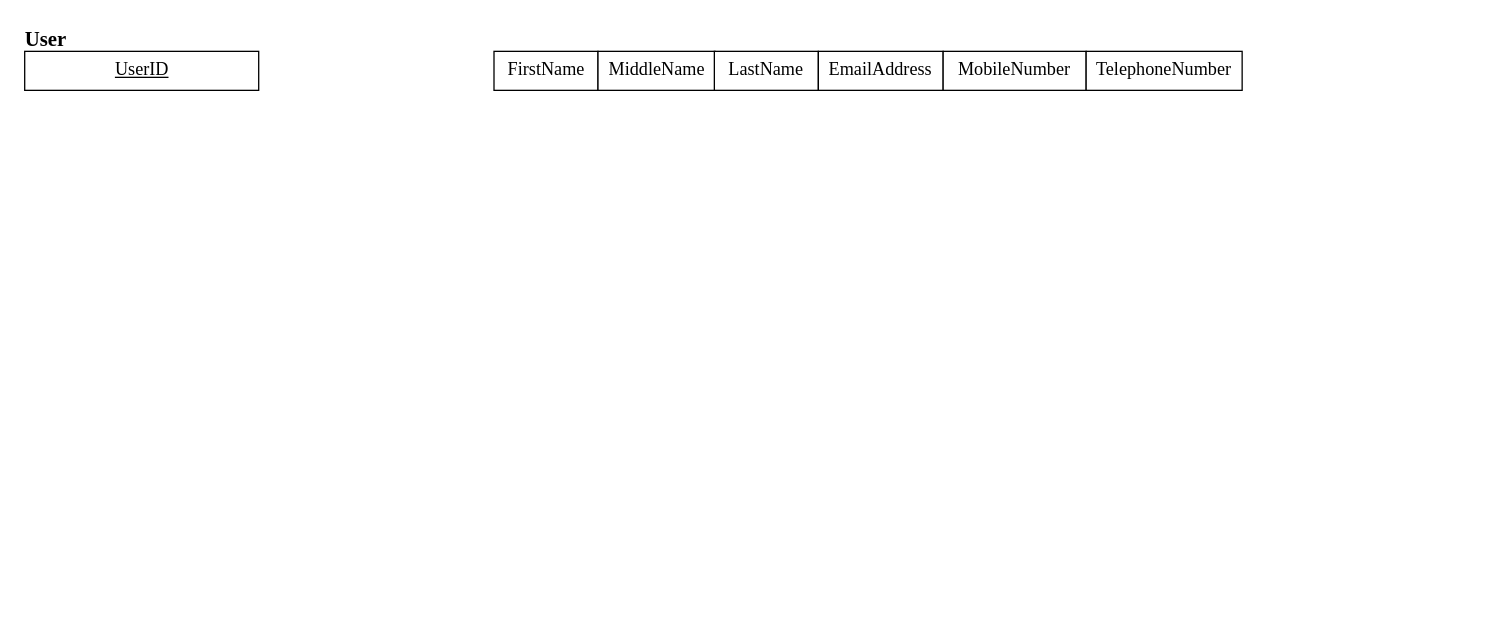
Earlier version of the draw.io diagram Documentation/Database/drawio/lsulibraryDB_RelationalMapping.drawio (hvlhasanka/Pearson_HND_Computing_Y1S2-Unit10_Web_Design_and_Development). Source tidied: cells renumbered, new cells numbered last; positions are measured from the earlier drawing's top-left corner, leaving out a move shared by most shapes. Both pictures are drawn from the tidied source at 130%, with x=0, y=0 at pixel (22, 22).
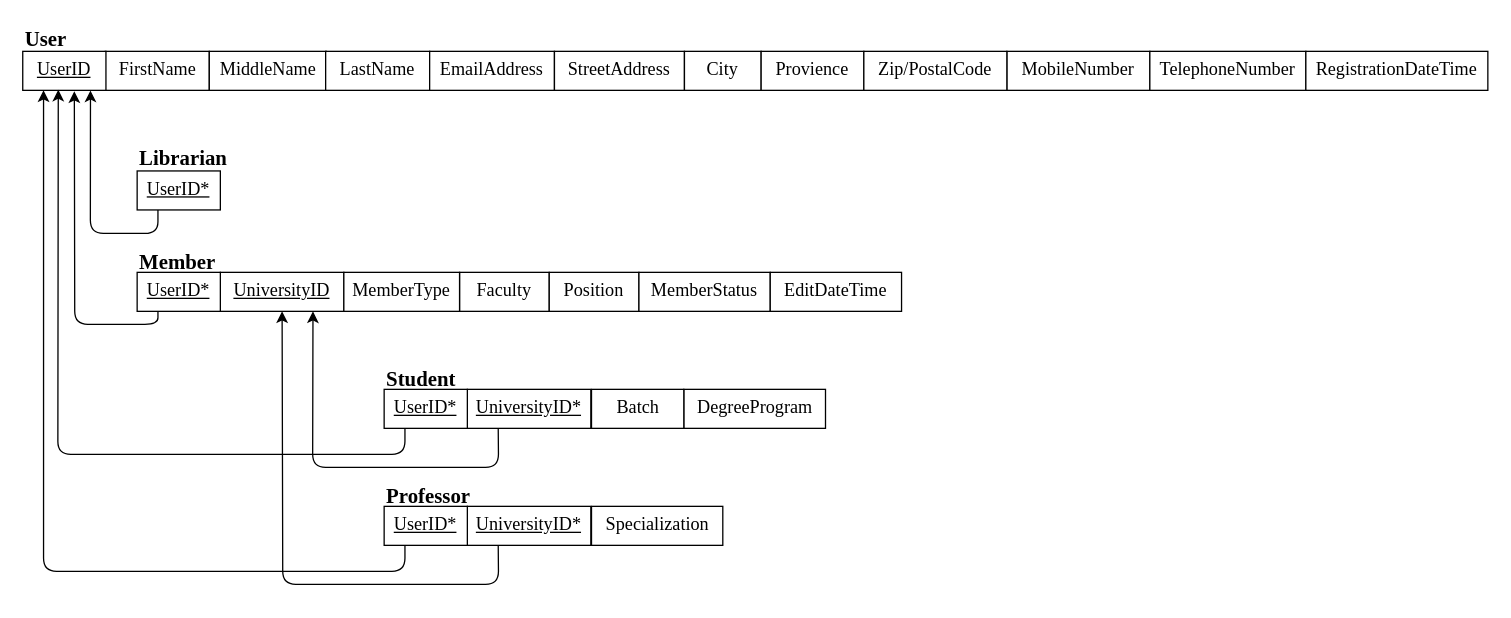
Above is the later version.

What changed in the source:
```diff
@@
     <mxCell id="3" value="FirstName" style="rounded=0;whiteSpace=wrap;html=1;fontSize=14;fontFamily=Times New Roman;" parent="1" vertex="1">
-      <mxGeometry x="362.5" y="22" width="80" height="30" as="geometry" />
+      <mxGeometry x="63.5" y="22" width="80" height="30" as="geometry" />
     </mxCell>
     <mxCell id="4" value="MiddleName" style="rounded=0;whiteSpace=wrap;html=1;fontSize=14;fontFamily=Times New Roman;" parent="1" vertex="1">
-      <mxGeometry x="442.5" y="22" width="90" height="30" as="geometry" />
+      <mxGeometry x="143.5" y="22" width="90" height="30" as="geometry" />
     </mxCell>
     <mxCell id="5" value="LastName" style="rounded=0;whiteSpace=wrap;html=1;fontSize=14;fontFamily=Times New Roman;" parent="1" vertex="1">
-      <mxGeometry x="532" y="22" width="80" height="30" as="geometry" />
+      <mxGeometry x="233" y="22" width="80" height="30" as="geometry" />
     </mxCell>
     <mxCell id="6" value="EmailAddress" style="rounded=0;whiteSpace=wrap;html=1;fontSize=14;fontFamily=Times New Roman;" parent="1" vertex="1">
-      <mxGeometry x="612" y="22" width="96" height="30" as="geometry" />
+      <mxGeometry x="313" y="22" width="96" height="30" as="geometry" />
     </mxCell>
     <mxCell id="7" value="MobileNumber" style="rounded=0;whiteSpace=wrap;html=1;fontSize=14;fontFamily=Times New Roman;" parent="1" vertex="1">
-      <mxGeometry x="708" y="22" width="110" height="30" as="geometry" />
+      <mxGeometry x="757" y="22" width="110" height="30" as="geometry" />
     </mxCell>
     <mxCell id="8" value="UserID" style="rounded=0;whiteSpace=wrap;html=1;fontSize=14;fontFamily=Times New Roman;fontStyle=4;" parent="1" vertex="1">
-      <mxGeometry x="1.5" y="22" width="180" height="30" as="geometry" />
+      <mxGeometry y="22" width="64" height="30" as="geometry" />
     </mxCell>
     <mxCell id="9" value="TelephoneNumber" style="rounded=0;whiteSpace=wrap;html=1;fontSize=14;fontFamily=Times New Roman;" parent="1" vertex="1">
-      <mxGeometry x="818" y="22" width="120" height="30" as="geometry" />
+      <mxGeometry x="867" y="22" width="120" height="30" as="geometry" />
     </mxCell>
+    <mxCell id="10" value="StreetAddress" style="rounded=0;whiteSpace=wrap;html=1;fontSize=14;fontFamily=Times New Roman;" parent="1" vertex="1">
+      <mxGeometry x="409" y="22" width="100" height="30" as="geometry" />
+    </mxCell>
+    <mxCell id="11" value="City" style="rounded=0;whiteSpace=wrap;html=1;fontSize=14;fontFamily=Times New Roman;" parent="1" vertex="1">
+      <mxGeometry x="509" y="22" width="59" height="30" as="geometry" />
+    </mxCell>
+    <mxCell id="12" value="Provience" style="rounded=0;whiteSpace=wrap;html=1;fontSize=14;fontFamily=Times New Roman;" parent="1" vertex="1">
+      <mxGeometry x="568" y="22" width="79" height="30" as="geometry" />
+    </mxCell>
+    <mxCell id="13" value="Zip/PostalCode" style="rounded=0;whiteSpace=wrap;html=1;fontSize=14;fontFamily=Times New Roman;" parent="1" vertex="1">
+      <mxGeometry x="647" y="22" width="110" height="30" as="geometry" />
+    </mxCell>
+    <mxCell id="14" value="RegistrationDateTime" style="rounded=0;whiteSpace=wrap;html=1;fontSize=14;fontFamily=Times New Roman;" parent="1" vertex="1">
+      <mxGeometry x="987" y="22" width="140" height="30" as="geometry" />
+    </mxCell>
+    <mxCell id="15" value="&lt;font face=&quot;Times New Roman&quot;&gt;Librarian&lt;/font&gt;" style="text;html=1;align=left;verticalAlign=top;spacingTop=-4;fontSize=16;fontStyle=1;" parent="1" vertex="1">
+      <mxGeometry x="88" y="92" width="70" height="20" as="geometry" />
+    </mxCell>
+    <mxCell id="16" value="UserID*" style="rounded=0;whiteSpace=wrap;html=1;fontSize=14;fontFamily=Times New Roman;fontStyle=4;" parent="1" vertex="1">
+      <mxGeometry x="88" y="114" width="64" height="30" as="geometry" />
+    </mxCell>
+    <mxCell id="17" value="&lt;font face=&quot;Times New Roman&quot;&gt;Member&lt;/font&gt;" style="text;html=1;align=left;verticalAlign=top;spacingTop=-4;fontSize=16;fontStyle=1;" parent="1" vertex="1">
+      <mxGeometry x="88" y="172" width="70" height="20" as="geometry" />
+    </mxCell>
+    <mxCell id="18" value="UniversityID" style="rounded=0;whiteSpace=wrap;html=1;fontSize=14;fontFamily=Times New Roman;fontStyle=4;" parent="1" vertex="1">
+      <mxGeometry x="152" y="192" width="95" height="30" as="geometry" />
+    </mxCell>
+    <mxCell id="19" value="Faculty" style="rounded=0;whiteSpace=wrap;html=1;fontSize=14;fontFamily=Times New Roman;" parent="1" vertex="1">
+      <mxGeometry x="336" y="192" width="69" height="30" as="geometry" />
+    </mxCell>
+    <mxCell id="20" value="MemberType" style="rounded=0;whiteSpace=wrap;html=1;fontSize=14;fontFamily=Times New Roman;" parent="1" vertex="1">
+      <mxGeometry x="247" y="192" width="89" height="30" as="geometry" />
+    </mxCell>
+    <mxCell id="21" value="Position" style="rounded=0;whiteSpace=wrap;html=1;fontSize=14;fontFamily=Times New Roman;" parent="1" vertex="1">
+      <mxGeometry x="405" y="192" width="69" height="30" as="geometry" />
+    </mxCell>
+    <mxCell id="22" value="MemberStatus" style="rounded=0;whiteSpace=wrap;html=1;fontSize=14;fontFamily=Times New Roman;" parent="1" vertex="1">
+      <mxGeometry x="474" y="192" width="101" height="30" as="geometry" />
+    </mxCell>
+    <mxCell id="23" value="EditDateTime" style="rounded=0;whiteSpace=wrap;html=1;fontSize=14;fontFamily=Times New Roman;" parent="1" vertex="1">
+      <mxGeometry x="575" y="192" width="101" height="30" as="geometry" />
+    </mxCell>
+    <mxCell id="24" value="UserID*" style="rounded=0;whiteSpace=wrap;html=1;fontSize=14;fontFamily=Times New Roman;fontStyle=4;" parent="1" vertex="1">
+      <mxGeometry x="88" y="192" width="64" height="30" as="geometry" />
+    </mxCell>
+    <mxCell id="25" value="&lt;font face=&quot;Times New Roman&quot;&gt;Student&lt;/font&gt;" style="text;html=1;align=left;verticalAlign=top;spacingTop=-4;fontSize=16;fontStyle=1;" parent="1" vertex="1">
+      <mxGeometry x="278" y="262" width="60" height="20" as="geometry" />
+    </mxCell>
+    <mxCell id="26" value="UniversityID*" style="rounded=0;whiteSpace=wrap;html=1;fontSize=14;fontFamily=Times New Roman;fontStyle=4;" parent="1" vertex="1">
+      <mxGeometry x="342" y="282" width="95" height="30" as="geometry" />
+    </mxCell>
+    <mxCell id="27" value="DegreeProgram" style="rounded=0;whiteSpace=wrap;html=1;fontSize=14;fontFamily=Times New Roman;" parent="1" vertex="1">
+      <mxGeometry x="508.5" y="282" width="109" height="30" as="geometry" />
+    </mxCell>
+    <mxCell id="28" value="Batch" style="rounded=0;whiteSpace=wrap;html=1;fontSize=14;fontFamily=Times New Roman;" parent="1" vertex="1">
+      <mxGeometry x="437.5" y="282" width="71" height="30" as="geometry" />
+    </mxCell>
+    <mxCell id="29" value="UserID*" style="rounded=0;whiteSpace=wrap;html=1;fontSize=14;fontFamily=Times New Roman;fontStyle=4;" parent="1" vertex="1">
+      <mxGeometry x="278" y="282" width="64" height="30" as="geometry" />
+    </mxCell>
+    <mxCell id="30" value="&lt;font face=&quot;Times New Roman&quot;&gt;Professor&lt;/font&gt;" style="text;html=1;align=left;verticalAlign=top;spacingTop=-4;fontSize=16;fontStyle=1;" parent="1" vertex="1">
+      <mxGeometry x="278" y="352" width="80" height="20" as="geometry" />
+    </mxCell>
+    <mxCell id="31" value="UniversityID*" style="rounded=0;whiteSpace=wrap;html=1;fontSize=14;fontFamily=Times New Roman;fontStyle=4;" parent="1" vertex="1">
+      <mxGeometry x="342" y="372" width="95" height="30" as="geometry" />
+    </mxCell>
+    <mxCell id="32" value="Specialization" style="rounded=0;whiteSpace=wrap;html=1;fontSize=14;fontFamily=Times New Roman;" parent="1" vertex="1">
+      <mxGeometry x="437.5" y="372" width="101" height="30" as="geometry" />
+    </mxCell>
+    <mxCell id="33" value="UserID*" style="rounded=0;whiteSpace=wrap;html=1;fontSize=14;fontFamily=Times New Roman;fontStyle=4;" parent="1" vertex="1">
+      <mxGeometry x="278" y="372" width="64" height="30" as="geometry" />
+    </mxCell>
+    <mxCell id="34" style="endArrow=classic;html=1;entryX=0.814;entryY=1.004;entryDx=0;entryDy=0;entryPerimeter=0;exitX=0.25;exitY=1;exitDx=0;exitDy=0;" parent="1" edge="1" source="16" target="8">
+      <mxGeometry relative="1" as="geometry">
+        <Array as="points">
+          <mxPoint x="104" y="162" />
+          <mxPoint x="52" y="162" />
+        </Array>
+      </mxGeometry>
+    </mxCell>
+    <mxCell id="35" style="endArrow=classic;html=1;entryX=0.62;entryY=1.025;entryDx=0;entryDy=0;entryPerimeter=0;exitX=0.25;exitY=1;exitDx=0;exitDy=0;" parent="1" edge="1" source="24" target="8">
+      <mxGeometry relative="1" as="geometry">
+        <Array as="points">
+          <mxPoint x="104" y="232" />
+          <mxPoint x="40" y="232" />
+        </Array>
+      </mxGeometry>
+    </mxCell>
+    <mxCell id="36" style="endArrow=classic;html=1;entryX=0.427;entryY=0.983;entryDx=0;entryDy=0;entryPerimeter=0;exitX=0.25;exitY=1;exitDx=0;exitDy=0;" parent="1" edge="1" source="29" target="8">
+      <mxGeometry relative="1" as="geometry">
+        <Array as="points">
+          <mxPoint x="294" y="332" />
+          <mxPoint x="27" y="332" />
+        </Array>
+      </mxGeometry>
+    </mxCell>
+    <mxCell id="37" style="endArrow=classic;html=1;entryX=0.25;entryY=1;entryDx=0;entryDy=0;exitX=0.25;exitY=1;exitDx=0;exitDy=0;" parent="1" edge="1" source="33" target="8">
+      <mxGeometry relative="1" as="geometry">
+        <Array as="points">
+          <mxPoint x="294" y="422" />
+          <mxPoint x="16" y="422" />
+        </Array>
+      </mxGeometry>
+    </mxCell>
+    <mxCell id="38" style="endArrow=classic;html=1;entryX=0.75;entryY=1;entryDx=0;entryDy=0;exitX=0.25;exitY=1;exitDx=0;exitDy=0;" parent="1" edge="1" source="26" target="18">
+      <mxGeometry relative="1" as="geometry">
+        <Array as="points">
+          <mxPoint x="366" y="342" />
+          <mxPoint x="223" y="342" />
+        </Array>
+      </mxGeometry>
+    </mxCell>
+    <mxCell id="39" style="endArrow=classic;html=1;entryX=0.5;entryY=1;entryDx=0;entryDy=0;exitX=0.25;exitY=1;exitDx=0;exitDy=0;" parent="1" edge="1" source="31" target="18">
+      <mxGeometry relative="1" as="geometry">
+        <Array as="points">
+          <mxPoint x="366" y="432" />
+          <mxPoint x="200" y="432" />
+        </Array>
+      </mxGeometry>
+    </mxCell>
```
